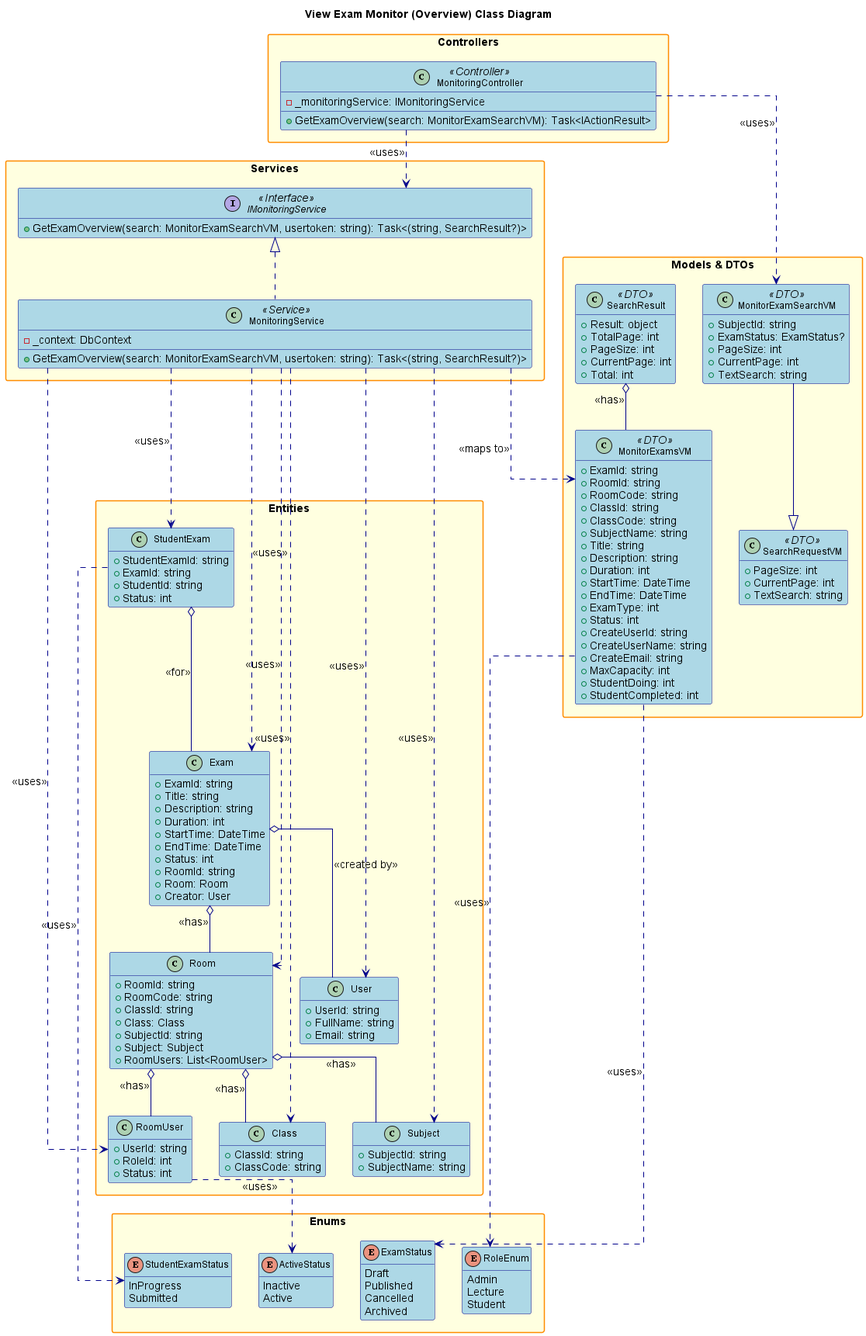
Earlier version of the PlantUML export design/out/viewexammonitor/viewexammonitor.png (conghoan1211/AI-Kiosk-Testing-system).
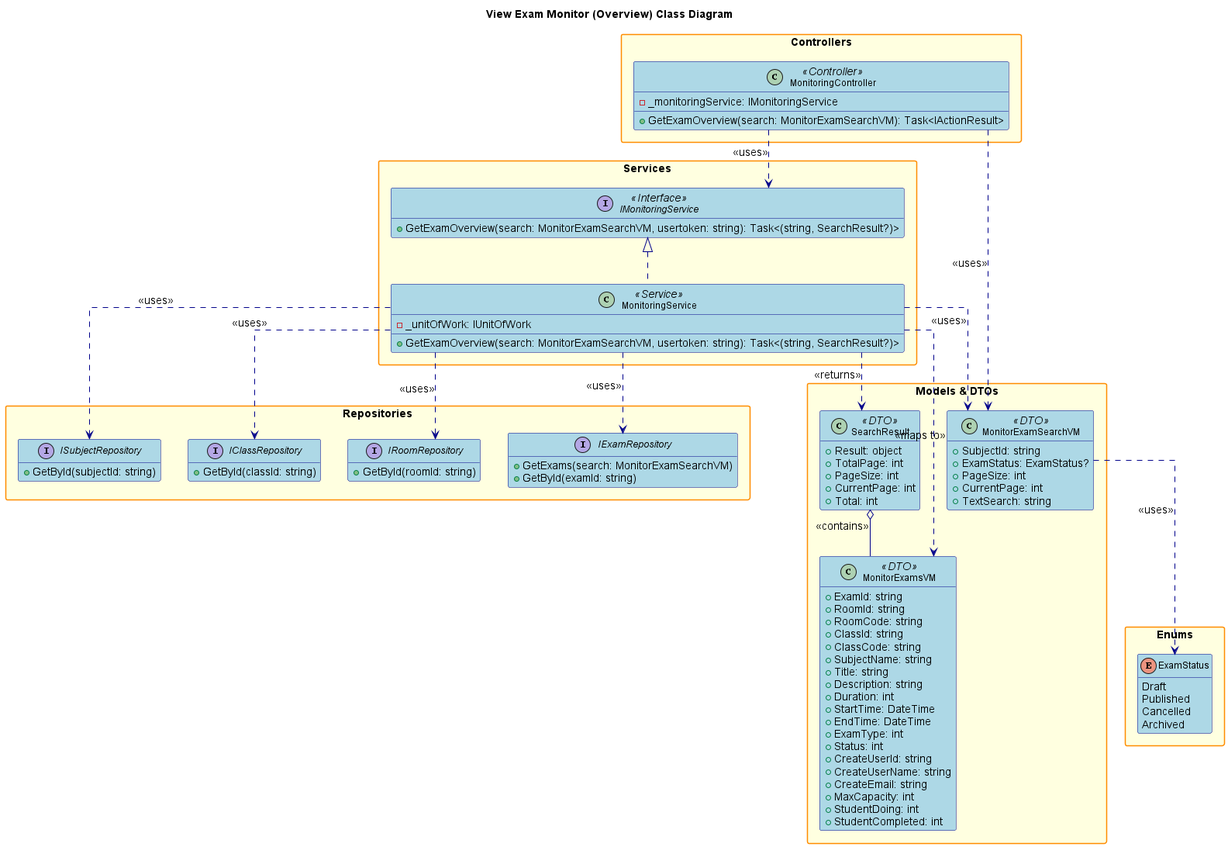
The same diagram one commit later.

Change to the diagram source:
```diff
@@ -1,6 +1,4 @@
 @startuml
-
-title View Exam Monitor (Overview) Class Diagram
 
 hide empty members
 skinparam packageStyle rectangle
@@ -25,18 +23,18 @@
     FontSize 14
     FontStyle bold
 }
-
 skinparam interface {
     BackgroundColor LightGreen
     BorderColor DarkGreen
     FontSize 12
 }
-
 skinparam enum {
     BackgroundColor LightCyan
     BorderColor DarkCyan
     FontSize 12
 }
+
+title View Exam Monitor (Overview) Class Diagram
 
 package "Controllers" {
     class MonitoringController <<Controller>> {
@@ -50,8 +48,24 @@
         + GetExamOverview(search: MonitorExamSearchVM, usertoken: string): Task<(string, SearchResult?)>
     }
     class MonitoringService <<Service>> {
-        - _context: DbContext
+        - _unitOfWork: IUnitOfWork
         + GetExamOverview(search: MonitorExamSearchVM, usertoken: string): Task<(string, SearchResult?)>
+    }
+}
+
+package "Repositories" {
+    interface IExamRepository {
+        + GetExams(search: MonitorExamSearchVM)
+        + GetById(examId: string)
+    }
+    interface IRoomRepository {
+        + GetById(roomId: string)
+    }
+    interface IClassRepository {
+        + GetById(classId: string)
+    }
+    interface ISubjectRepository {
+        + GetById(subjectId: string)
     }
 }
 
@@ -59,11 +73,6 @@
     class MonitorExamSearchVM <<DTO>> {
         + SubjectId: string
         + ExamStatus: ExamStatus?
-        + PageSize: int
-        + CurrentPage: int
-        + TextSearch: string
-    }
-    class SearchRequestVM <<DTO>> {
         + PageSize: int
         + CurrentPage: int
         + TextSearch: string
@@ -98,98 +107,26 @@
     }
 }
 
-package "Entities" {
-    class Exam {
-        + ExamId: string
-        + Title: string
-        + Description: string
-        + Duration: int
-        + StartTime: DateTime
-        + EndTime: DateTime
-        + Status: int
-        + RoomId: string
-        + Room: Room
-        + Creator: User
-    }
-    class Room {
-        + RoomId: string
-        + RoomCode: string
-        + ClassId: string
-        + Class: Class
-        + SubjectId: string
-        + Subject: Subject
-        + RoomUsers: List<RoomUser>
-    }
-    class Class {
-        + ClassId: string
-        + ClassCode: string
-    }
-    class Subject {
-        + SubjectId: string
-        + SubjectName: string
-    }
-    class User {
-        + UserId: string
-        + FullName: string
-        + Email: string
-    }
-    class RoomUser {
-        + UserId: string
-        + RoleId: int
-        + Status: int
-    }
-    class StudentExam {
-        + StudentExamId: string
-        + ExamId: string
-        + StudentId: string
-        + Status: int
-    }
-}
-
 package "Enums" {
-    enum RoleEnum {
-        Admin
-        Lecture
-        Student
-    }
     enum ExamStatus {
         Draft
         Published
         Cancelled
         Archived
     }
-    enum ActiveStatus {
-        Inactive
-        Active
-    }
-    enum StudentExamStatus {
-        InProgress
-        Submitted
-    }
 }
 
 MonitoringController ..> IMonitoringService : <<uses>>
 MonitoringController ..> MonitorExamSearchVM : <<uses>>
 IMonitoringService <|.. MonitoringService
-MonitoringService ..> Exam : <<uses>>
-MonitoringService ..> Room : <<uses>>
-MonitoringService ..> Class : <<uses>>
-MonitoringService ..> Subject : <<uses>>
-MonitoringService ..> User : <<uses>>
-MonitoringService ..> RoomUser : <<uses>>
-MonitoringService ..> StudentExam : <<uses>>
+MonitoringService ..> MonitorExamSearchVM : <<uses>>
 MonitoringService ..> MonitorExamsVM : <<maps to>>
-MonitorExamSearchVM --|> SearchRequestVM
-Exam o-- Room : <<has>>
-Exam o-- User : <<created by>>
-Room o-- Class : <<has>>
-Room o-- Subject : <<has>>
-Room o-- RoomUser : <<has>>
-StudentExam o-- Exam : <<for>>
-RoomUser ..> ActiveStatus : <<uses>>
-StudentExam ..> StudentExamStatus : <<uses>>
-MonitorExamsVM ..> ExamStatus : <<uses>>
-MonitorExamsVM ..> RoleEnum : <<uses>>
-SearchResult o-- MonitorExamsVM : <<has>>
+MonitoringService ..> SearchResult : <<returns>>
+MonitoringService ..> IExamRepository : <<uses>>
+MonitoringService ..> IRoomRepository : <<uses>>
+MonitoringService ..> IClassRepository : <<uses>>
+MonitoringService ..> ISubjectRepository : <<uses>>
+MonitorExamSearchVM ..> ExamStatus : <<uses>>
+SearchResult o-- MonitorExamsVM : <<contains>>
 
 @enduml
```
